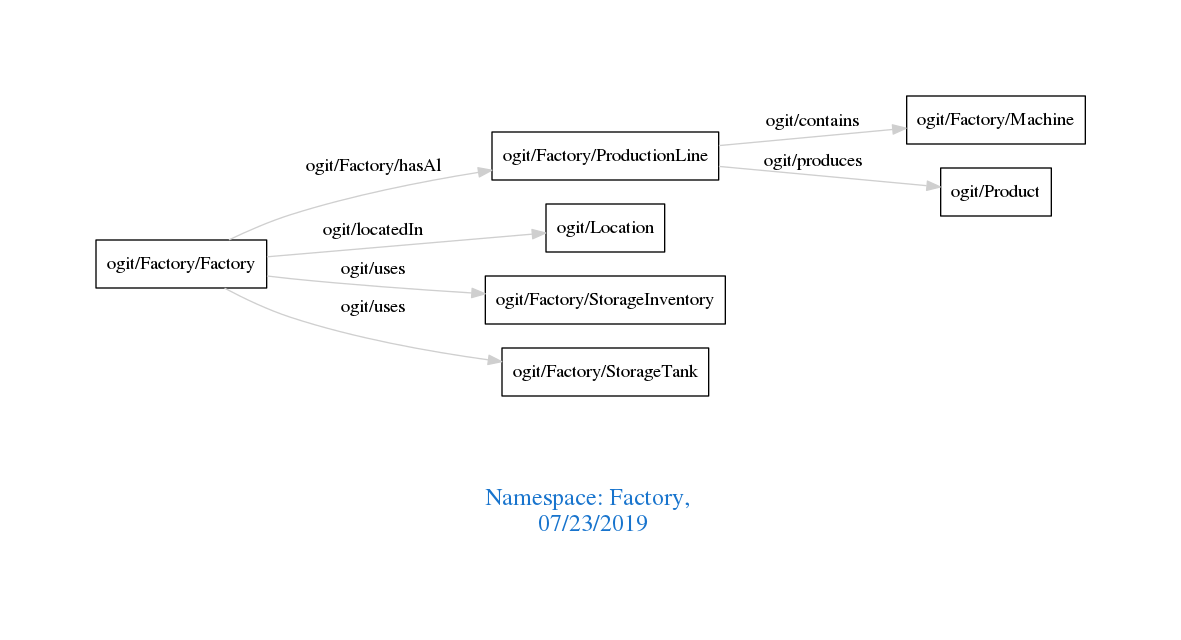
Earlier version of the Graphviz export downloads/Factory.png (arago/OGIT). Its source is kept beside it as downloads/Factory.dot.
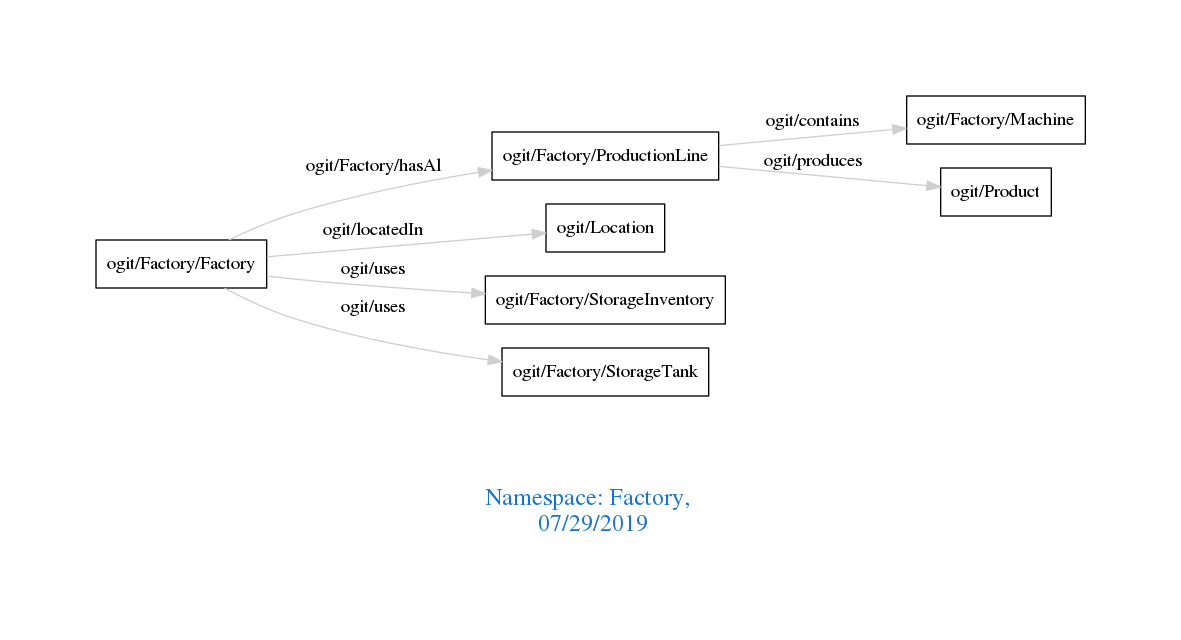
The same file after the commit.

The edit, as a diff of the source:
```diff
@@ -1,7 +1,7 @@
 digraph OGIT_ontology {
  graph [ rankdir= LR,pad=1
 fontsize = 18,
-fontcolor= dodgerblue3,label = "\n\n\nNamespace: Factory, \n 07/23/2019"];
+fontcolor= dodgerblue3,label = "\n\n\nNamespace: Factory, \n 07/29/2019"];
 node[shape=polygon];
 edge [  color="gray81"];
 
```
